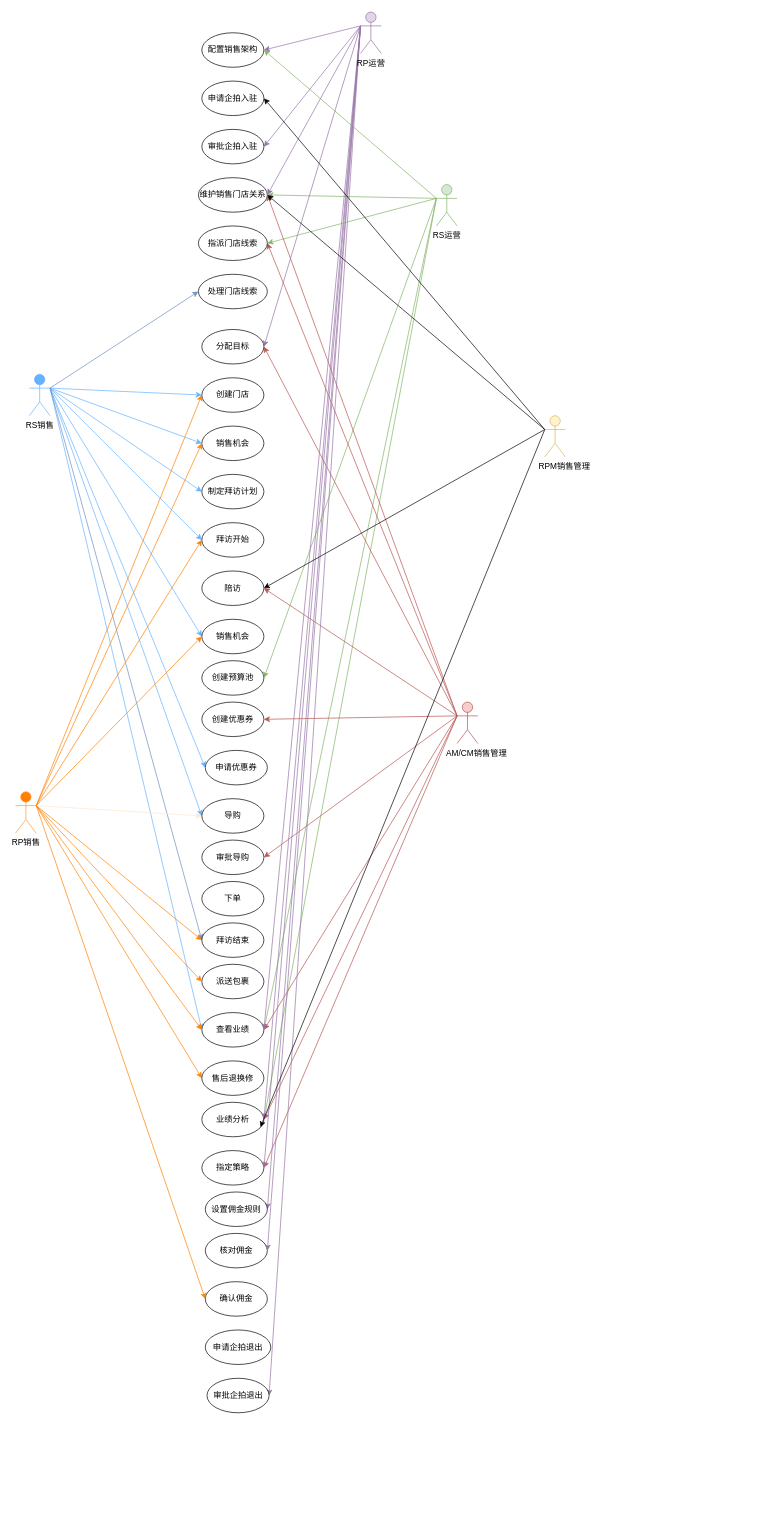
Above: 渠道-用例图.drawio in shixiaoding/draw (draw.io), before the change. Source tidied: cells renumbered, new cells numbered last; positions are measured from the earlier drawing's top-left corner, leaving out a move shared by most shapes. Both pictures are drawn from the tidied source at 69%, with x=0, y=0 at pixel (15, 12).
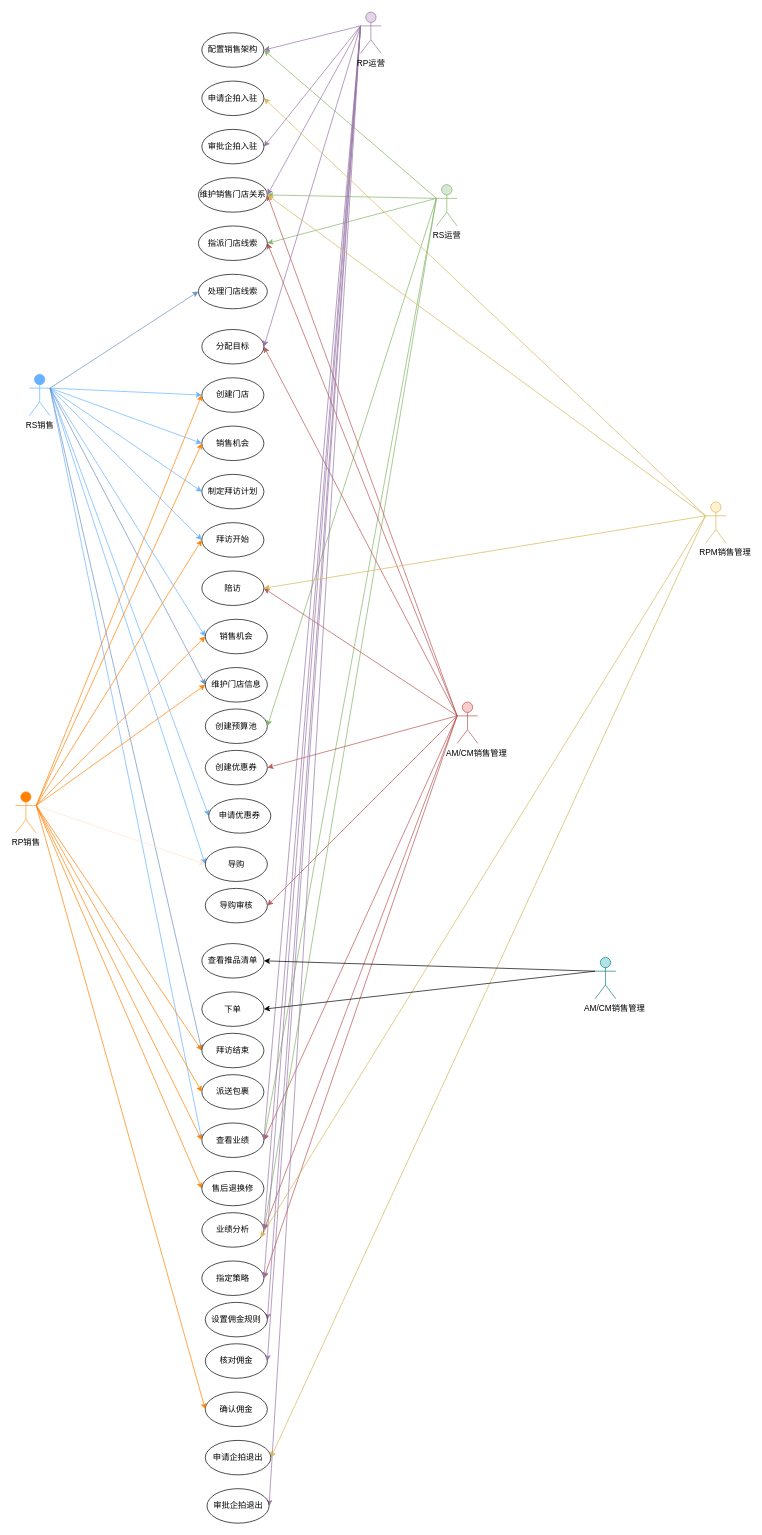
Above is the later version.

Commit message (it also covers changes not shown here):
更新渠道-用例图.drawio

Unchanged cells that the change refers to:
```xml
<mxCell id="12" value="RS销售" style="shape=umlActor;verticalLabelPosition=bottom;verticalAlign=top;html=1;outlineConnect=0;fillColor=#66B2FF;strokeColor=#66B2FF;" parent="1" vertex="1">
  <mxGeometry x="20" y="525" width="30" height="60" as="geometry" />
</mxCell>
<mxCell id="16" value="陪访" style="ellipse;whiteSpace=wrap;html=1;" parent="1" vertex="1">
  <mxGeometry x="270" y="810" width="90" height="50" as="geometry" />
</mxCell>
<mxCell id="41" value="RP销售" style="shape=umlActor;verticalLabelPosition=bottom;verticalAlign=top;html=1;outlineConnect=0;strokeColor=#FF9933;fillColor=#FF8000;" parent="1" vertex="1">
  <mxGeometry y="1130" width="30" height="60" as="geometry" />
</mxCell>
<mxCell id="50" value="维护销售门店关系" style="ellipse;whiteSpace=wrap;html=1;" parent="1" vertex="1">
  <mxGeometry x="265" y="240" width="100" height="50" as="geometry" />
</mxCell>
<mxCell id="81" value="申请企拍入驻" style="ellipse;whiteSpace=wrap;html=1;" parent="1" vertex="1">
  <mxGeometry x="270" y="100" width="90" height="50" as="geometry" />
</mxCell>
```

Change to the diagram source:
```diff
@@
+    <mxCell id="87" style="edgeStyle=none;rounded=0;jettySize=auto;html=1;exitX=1;exitY=0.3333333333333333;exitDx=0;exitDy=0;exitPerimeter=0;entryX=0;entryY=0.5;entryDx=0;entryDy=0;fillColor=#dae8fc;strokeColor=#6c8ebf;" parent="1" edge="1" source="12" target="90">
+      <mxGeometry relative="1" as="geometry" />
+    </mxCell>
@@
     <mxCell id="17" value="创建优惠券" style="ellipse;whiteSpace=wrap;html=1;" parent="1" vertex="1">
-      <mxGeometry x="270" y="1000" width="90" height="50" as="geometry" />
+      <mxGeometry x="275" y="1070" width="90" height="50" as="geometry" />
     </mxCell>
     <mxCell id="18" value="申请优惠券" style="ellipse;whiteSpace=wrap;html=1;" parent="1" vertex="1">
-      <mxGeometry x="275" y="1070" width="90" height="50" as="geometry" />
+      <mxGeometry x="280" y="1140" width="90" height="50" as="geometry" />
     </mxCell>
     <mxCell id="19" value="导购" style="ellipse;whiteSpace=wrap;html=1;" parent="1" vertex="1">
-      <mxGeometry x="270" y="1140" width="90" height="50" as="geometry" />
+      <mxGeometry x="275" y="1210" width="90" height="50" as="geometry" />
     </mxCell>
     <mxCell id="20" value="下单" style="ellipse;whiteSpace=wrap;html=1;" parent="1" vertex="1">
-      <mxGeometry x="270" y="1260" width="90" height="50" as="geometry" />
+      <mxGeometry x="270" y="1420" width="90" height="50" as="geometry" />
     </mxCell>
     <mxCell id="21" value="查看业绩" style="ellipse;whiteSpace=wrap;html=1;" parent="1" vertex="1">
-      <mxGeometry x="270" y="1450" width="90" height="50" as="geometry" />
+      <mxGeometry x="270" y="1610" width="90" height="50" as="geometry" />
     </mxCell>
     <mxCell id="22" value="业绩分析" style="ellipse;whiteSpace=wrap;html=1;" parent="1" vertex="1">
-      <mxGeometry x="270" y="1580" width="90" height="50" as="geometry" />
+      <mxGeometry x="270" y="1740" width="90" height="50" as="geometry" />
     </mxCell>
     <mxCell id="23" value="指定策略" style="ellipse;whiteSpace=wrap;html=1;" parent="1" vertex="1">
-      <mxGeometry x="270" y="1650" width="90" height="50" as="geometry" />
+      <mxGeometry x="270" y="1810" width="90" height="50" as="geometry" />
     </mxCell>
     <mxCell id="24" value="派送包裹" style="ellipse;whiteSpace=wrap;html=1;" parent="1" vertex="1">
-      <mxGeometry x="270" y="1380" width="90" height="50" as="geometry" />
+      <mxGeometry x="270" y="1540" width="90" height="50" as="geometry" />
     </mxCell>
@@
     <mxCell id="26" value="核对佣金" style="ellipse;whiteSpace=wrap;html=1;" parent="1" vertex="1">
-      <mxGeometry x="275" y="1770" width="90" height="50" as="geometry" />
+      <mxGeometry x="275" y="1930" width="90" height="50" as="geometry" />
     </mxCell>
     <mxCell id="27" value="销售机会" style="ellipse;whiteSpace=wrap;html=1;" parent="1" vertex="1">
-      <mxGeometry x="270" y="880" width="90" height="50" as="geometry" />
+      <mxGeometry x="275" y="880" width="90" height="50" as="geometry" />
     </mxCell>
     <mxCell id="28" value="创建预算池" style="ellipse;whiteSpace=wrap;html=1;" parent="1" vertex="1">
-      <mxGeometry x="270" y="940" width="90" height="50" as="geometry" />
+      <mxGeometry x="275" y="1010" width="90" height="50" as="geometry" />
     </mxCell>
     <mxCell id="29" value="确认佣金" style="ellipse;whiteSpace=wrap;html=1;" parent="1" vertex="1">
-      <mxGeometry x="275" y="1840" width="90" height="50" as="geometry" />
+      <mxGeometry x="275" y="2000" width="90" height="50" as="geometry" />
     </mxCell>
@@
+    <mxCell id="88" style="edgeStyle=none;rounded=0;jettySize=auto;html=1;exitX=1;exitY=0.3333333333333333;exitDx=0;exitDy=0;exitPerimeter=0;entryX=0;entryY=0.5;entryDx=0;entryDy=0;fillColor=#ffe6cc;strokeColor=#FF8000;" parent="1" edge="1" source="41" target="90">
+      <mxGeometry relative="1" as="geometry" />
+    </mxCell>
@@
     <mxCell id="42" value="售后退换修" style="ellipse;whiteSpace=wrap;html=1;" parent="1" vertex="1">
-      <mxGeometry x="270" y="1520" width="90" height="50" as="geometry" />
+      <mxGeometry x="270" y="1680" width="90" height="50" as="geometry" />
     </mxCell>
@@
-    <mxCell id="62" value="审批导购" style="ellipse;whiteSpace=wrap;html=1;" parent="1" vertex="1">
-      <mxGeometry x="270" y="1200" width="90" height="50" as="geometry" />
+    <mxCell id="62" value="导购审核" style="ellipse;whiteSpace=wrap;html=1;" parent="1" vertex="1">
+      <mxGeometry x="275" y="1270" width="90" height="50" as="geometry" />
     </mxCell>
@@
     <mxCell id="65" value="拜访结束" style="ellipse;whiteSpace=wrap;html=1;" parent="1" vertex="1">
-      <mxGeometry x="270" y="1320" width="90" height="50" as="geometry" />
+      <mxGeometry x="270" y="1480" width="90" height="50" as="geometry" />
     </mxCell>
@@
-    <mxCell id="77" style="edgeStyle=none;rounded=0;jettySize=auto;html=1;exitX=0;exitY=0.3333333333333333;exitDx=0;exitDy=0;exitPerimeter=0;entryX=1;entryY=0.5;entryDx=0;entryDy=0;" parent="1" edge="1" source="80" target="81">
+    <mxCell id="77" style="edgeStyle=none;rounded=0;jettySize=auto;html=1;exitX=0;exitY=0.3333333333333333;exitDx=0;exitDy=0;exitPerimeter=0;entryX=1;entryY=0.5;entryDx=0;entryDy=0;fillColor=#fff2cc;strokeColor=#d6b656;" parent="1" edge="1" source="80" target="81">
       <mxGeometry relative="1" as="geometry" />
     </mxCell>
-    <mxCell id="78" style="edgeStyle=none;rounded=0;jettySize=auto;html=1;exitX=0;exitY=0.3333333333333333;exitDx=0;exitDy=0;exitPerimeter=0;entryX=1;entryY=0.5;entryDx=0;entryDy=0;" parent="1" edge="1" source="80" target="50">
+    <mxCell id="78" style="edgeStyle=none;rounded=0;jettySize=auto;html=1;exitX=0;exitY=0.3333333333333333;exitDx=0;exitDy=0;exitPerimeter=0;entryX=1;entryY=0.5;entryDx=0;entryDy=0;fillColor=#fff2cc;strokeColor=#d6b656;" parent="1" edge="1" source="80" target="50">
       <mxGeometry relative="1" as="geometry" />
     </mxCell>
-    <mxCell id="79" style="edgeStyle=none;rounded=0;jettySize=auto;html=1;exitX=0;exitY=0.3333333333333333;exitDx=0;exitDy=0;exitPerimeter=0;entryX=1;entryY=0.5;entryDx=0;entryDy=0;" parent="1" edge="1" source="80" target="16">
+    <mxCell id="79" style="edgeStyle=none;rounded=0;jettySize=auto;html=1;exitX=0;exitY=0.3333333333333333;exitDx=0;exitDy=0;exitPerimeter=0;entryX=1;entryY=0.5;entryDx=0;entryDy=0;fillColor=#fff2cc;strokeColor=#d6b656;" parent="1" edge="1" source="80" target="16">
       <mxGeometry relative="1" as="geometry" />
     </mxCell>
+    <mxCell id="89" style="edgeStyle=none;rounded=0;jettySize=auto;html=1;exitX=0;exitY=0.3333333333333333;exitDx=0;exitDy=0;exitPerimeter=0;entryX=1;entryY=0.5;entryDx=0;entryDy=0;fillColor=#fff2cc;strokeColor=#d6b656;" parent="1" edge="1" source="80" target="84">
+      <mxGeometry relative="1" as="geometry" />
+    </mxCell>
     <mxCell id="80" value="&amp;nbsp; &amp;nbsp; &amp;nbsp; &amp;nbsp; RPM销售管理" style="shape=umlActor;verticalLabelPosition=bottom;verticalAlign=top;html=1;outlineConnect=0;fillColor=#fff2cc;strokeColor=#d6b656;" parent="1" vertex="1">
-      <mxGeometry x="767" y="585" width="30" height="60" as="geometry" />
+      <mxGeometry x="1000" y="710" width="30" height="60" as="geometry" />
     </mxCell>
@@
     <mxCell id="83" value="设置佣金规则" style="ellipse;whiteSpace=wrap;html=1;" parent="1" vertex="1">
-      <mxGeometry x="275" y="1710" width="90" height="50" as="geometry" />
+      <mxGeometry x="275" y="1870" width="90" height="50" as="geometry" />
     </mxCell>
     <mxCell id="84" value="申请企拍退出" style="ellipse;whiteSpace=wrap;html=1;" parent="1" vertex="1">
-      <mxGeometry x="275" y="1910" width="95" height="50" as="geometry" />
+      <mxGeometry x="275" y="2070" width="95" height="50" as="geometry" />
     </mxCell>
     <mxCell id="85" value="审批企拍退出" style="ellipse;whiteSpace=wrap;html=1;" parent="1" vertex="1">
-      <mxGeometry x="277.5" y="1980" width="90" height="50" as="geometry" />
+      <mxGeometry x="277.5" y="2140" width="90" height="50" as="geometry" />
     </mxCell>
-    <mxCell id="86" style="edgeStyle=none;rounded=0;jettySize=auto;html=1;exitX=0;exitY=0.3333333333333333;exitDx=0;exitDy=0;exitPerimeter=0;entryX=0.944;entryY=0.72;entryDx=0;entryDy=0;entryPerimeter=0;" parent="1" edge="1" source="80" target="22">
+    <mxCell id="86" style="edgeStyle=none;rounded=0;jettySize=auto;html=1;exitX=0;exitY=0.3333333333333333;exitDx=0;exitDy=0;exitPerimeter=0;entryX=0.944;entryY=0.72;entryDx=0;entryDy=0;entryPerimeter=0;fillColor=#fff2cc;strokeColor=#d6b656;" parent="1" edge="1" source="80" target="22">
       <mxGeometry relative="1" as="geometry" />
     </mxCell>
+    <mxCell id="90" value="维护门店信息" style="ellipse;whiteSpace=wrap;html=1;" parent="1" vertex="1">
+      <mxGeometry x="275" y="950" width="90" height="50" as="geometry" />
+    </mxCell>
+    <mxCell id="91" value="查看推品清单" style="ellipse;whiteSpace=wrap;html=1;" parent="1" vertex="1">
+      <mxGeometry x="270" y="1350" width="90" height="50" as="geometry" />
+    </mxCell>
+    <mxCell id="92" style="edgeStyle=none;rounded=0;jettySize=auto;html=1;exitX=0;exitY=0.3333333333333333;exitDx=0;exitDy=0;exitPerimeter=0;entryX=1;entryY=0.5;entryDx=0;entryDy=0;" parent="1" edge="1" source="94" target="91">
+      <mxGeometry relative="1" as="geometry" />
+    </mxCell>
+    <mxCell id="93" style="edgeStyle=none;rounded=0;jettySize=auto;html=1;exitX=0;exitY=0.3333333333333333;exitDx=0;exitDy=0;exitPerimeter=0;entryX=1;entryY=0.5;entryDx=0;entryDy=0;" parent="1" edge="1" source="94" target="20">
+      <mxGeometry relative="1" as="geometry" />
+    </mxCell>
+    <mxCell id="94" value="&amp;nbsp; &amp;nbsp; &amp;nbsp; &amp;nbsp; AM/CM销售管理" style="shape=umlActor;verticalLabelPosition=bottom;verticalAlign=top;html=1;outlineConnect=0;fillColor=#b0e3e6;strokeColor=#0e8088;" parent="1" vertex="1">
+      <mxGeometry x="840" y="1370" width="30" height="60" as="geometry" />
+    </mxCell>
```
